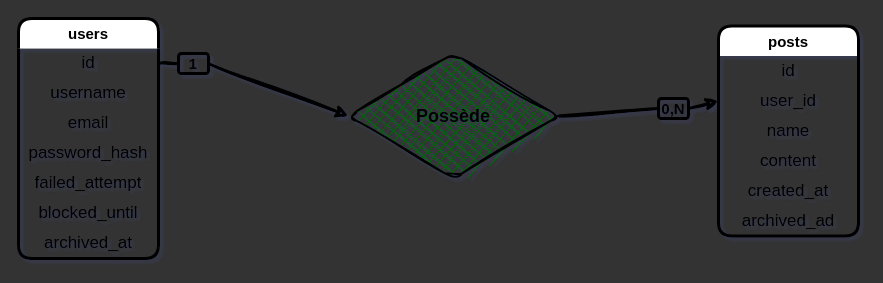
Above: MCD.drawio in RogerBytes/ToDoList (draw.io), before the change. Source tidied: cells renumbered, new cells numbered last; positions are measured from the earlier drawing's top-left corner, leaving out a move shared by most shapes. Both pictures are drawn from the tidied source at 100%, with x=0, y=0 at pixel (18, 18).
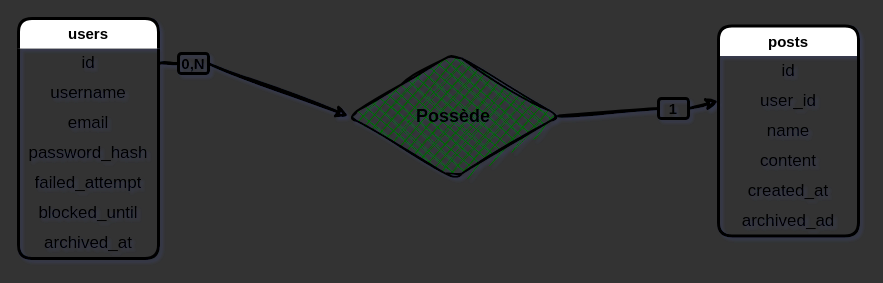
Above is the later version.

Diff of the diagram source:
```diff
@@
-    <mxCell id="21" value="&lt;b&gt;&lt;font style=&quot;font-size: 15px;&quot;&gt;1&lt;/font&gt;&lt;/b&gt;" style="text;html=1;strokeColor=default;fillColor=none;align=center;verticalAlign=middle;whiteSpace=wrap;rounded=1;shadow=0;glass=0;strokeWidth=3;fontSize=13;" parent="1" vertex="1">
+    <mxCell id="21" value="&lt;span style=&quot;font-size: 15px;&quot;&gt;&lt;b&gt;0,N&lt;/b&gt;&lt;/span&gt;" style="text;html=1;strokeColor=default;fillColor=none;align=center;verticalAlign=middle;whiteSpace=wrap;rounded=1;shadow=0;glass=0;strokeWidth=3;fontSize=13;" parent="1" vertex="1">
       <mxGeometry x="160" y="35" width="30" height="20" as="geometry" />
     </mxCell>
@@
-    <mxCell id="23" value="&lt;b&gt;&lt;font style=&quot;font-size: 15px;&quot;&gt;0,N&lt;/font&gt;&lt;/b&gt;" style="text;html=1;strokeColor=default;fillColor=none;align=center;verticalAlign=middle;whiteSpace=wrap;rounded=1;shadow=0;glass=0;strokeWidth=3;fontSize=13;" parent="1" vertex="1">
+    <mxCell id="23" value="&lt;b&gt;&lt;font style=&quot;font-size: 15px;&quot;&gt;1&lt;/font&gt;&lt;/b&gt;" style="text;html=1;strokeColor=default;fillColor=none;align=center;verticalAlign=middle;whiteSpace=wrap;rounded=1;shadow=0;glass=0;strokeWidth=3;fontSize=13;" parent="1" vertex="1">
       <mxGeometry x="640" y="80" width="30" height="20" as="geometry" />
     </mxCell>
```
